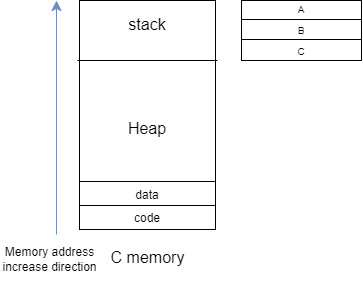
Above: 2.C basic syntax2, build stage/stackmemory.png in lilsooin/C-Programming (draw.io), before the change. Source tidied: cells renumbered, new cells last; positions are measured from the earlier drawing's top-left corner, leaving out a move shared by most shapes.
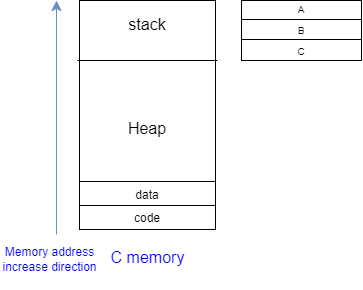
After the change.

What changed in the source:
```diff
@@ -35,7 +35,7 @@
     <mxCell id="9" value="code" style="text;html=1;align=center;verticalAlign=middle;whiteSpace=wrap;rounded=0;fontSize=12;" parent="1" vertex="1">
       <mxGeometry x="126" y="206" width="42" height="23" as="geometry" />
     </mxCell>
-    <mxCell id="10" value="C memory" style="text;html=1;align=center;verticalAlign=middle;whiteSpace=wrap;rounded=0;fontSize=16;" parent="1" vertex="1">
+    <mxCell id="10" value="&lt;font color=&quot;#0000ff&quot;&gt;C memory&lt;/font&gt;" style="text;html=1;align=center;verticalAlign=middle;whiteSpace=wrap;rounded=0;fontSize=16;" parent="1" vertex="1">
       <mxGeometry x="101.5" y="242" width="91" height="30" as="geometry" />
     </mxCell>
     <mxCell id="11" style="endArrow=classic;html=1;rounded=0;fontSize=12;startSize=8;endSize=8;curved=1;fontColor=#0000FF;labelBackgroundColor=#0000FF;fillColor=#dae8fc;strokeColor=#6c8ebf;" parent="1" edge="1">
@@ -44,7 +44,7 @@
         <mxPoint x="56" as="targetPoint" />
       </mxGeometry>
     </mxCell>
-    <mxCell id="12" value="Memory address increase direction" style="text;html=1;align=center;verticalAlign=middle;whiteSpace=wrap;rounded=0;fontSize=12;" parent="1" vertex="1">
+    <mxCell id="12" value="&lt;font color=&quot;#0000ff&quot;&gt;Memory address increase direction&lt;/font&gt;" style="text;html=1;align=center;verticalAlign=middle;whiteSpace=wrap;rounded=0;fontSize=12;" parent="1" vertex="1">
       <mxGeometry y="229" width="98.5" height="60" as="geometry" />
     </mxCell>
     <mxCell id="13" style="rounded=0;whiteSpace=wrap;html=1;" parent="1" vertex="1">
```
